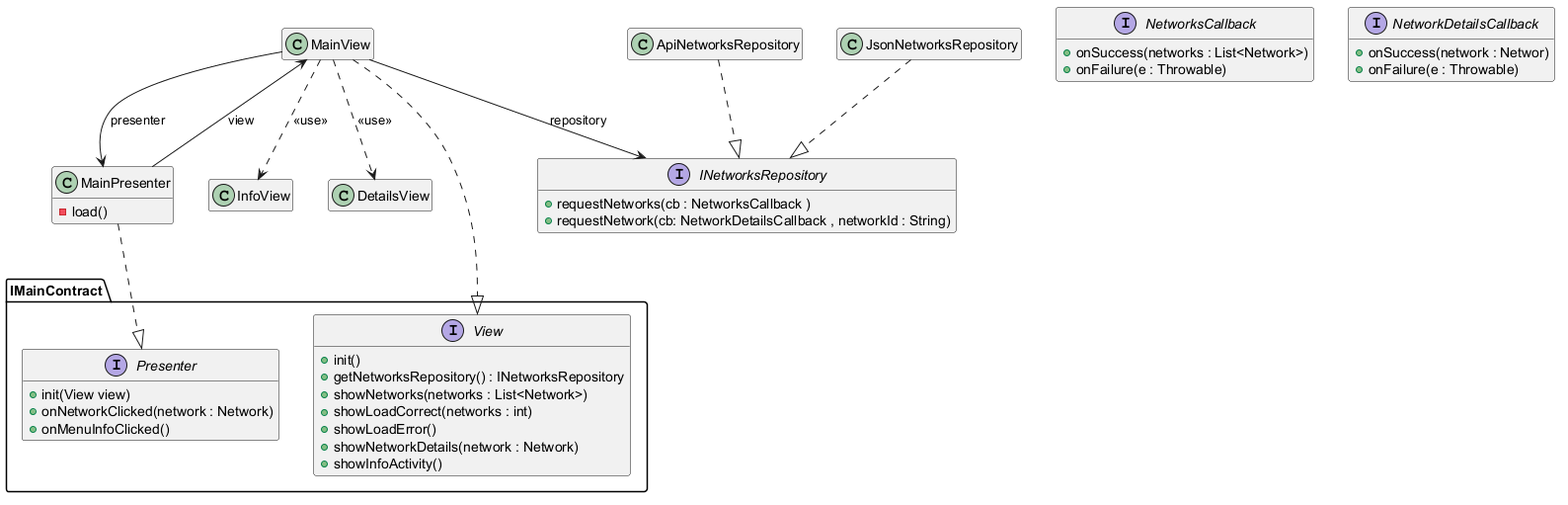
This is Docs/Models/architecture.png from isunican/App-Bicis-Grupo1, a PlantUML export, as it was before one commit.
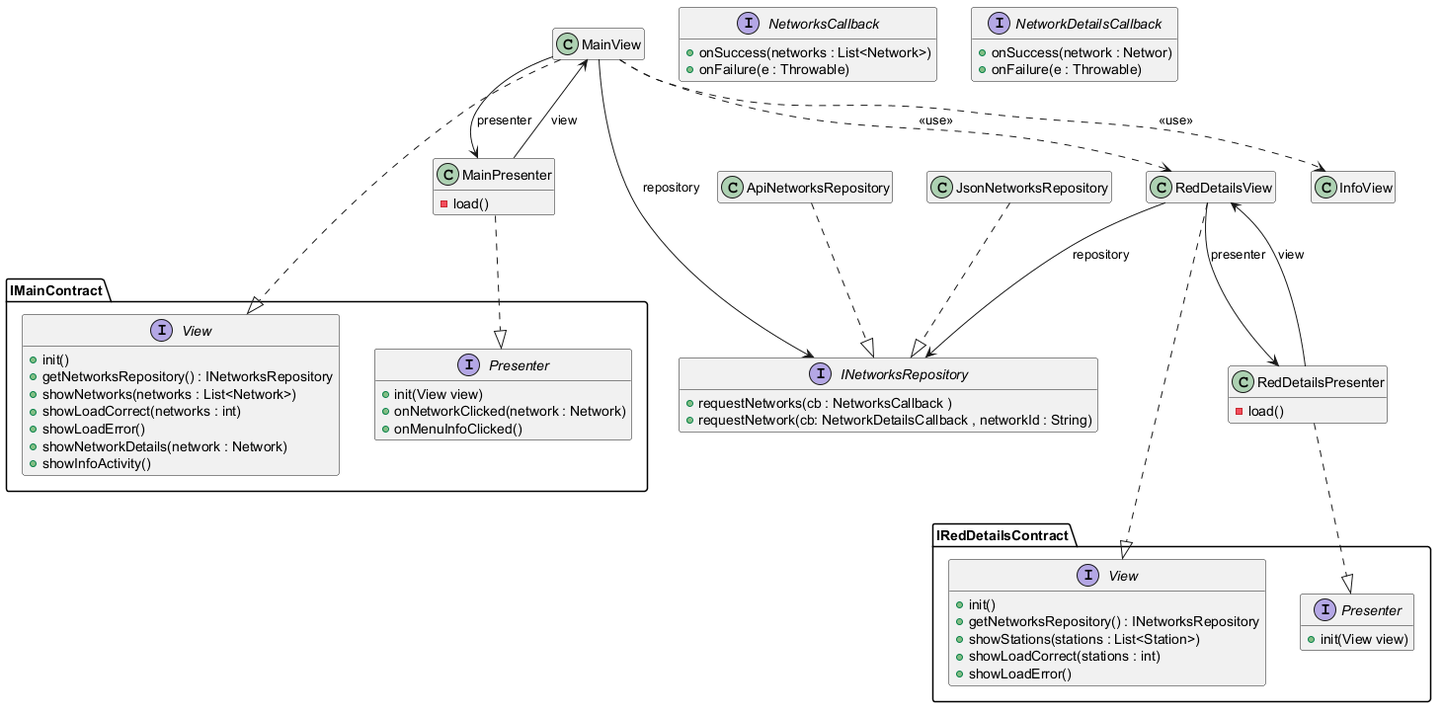
The same file after the commit.

The edit, as a diff of the source:
```diff
@@ -10,7 +10,13 @@
 MainView --> MainPresenter : presenter
 MainPresenter --> MainView : view
 MainView ..> InfoView : <<use>>
-MainView ..> DetailsView : <<use>>
+MainView ..> RedDetailsView : <<use>>
+
+RedDetailsView ..|> IRedDetailsContract.View
+RedDetailsPresenter ..|> IRedDetailsContract.Presenter
+RedDetailsView --> INetworksRepository : repository
+RedDetailsView --> RedDetailsPresenter : presenter
+RedDetailsPresenter --> RedDetailsView : view
 
 class MainView {
 }
@@ -20,7 +26,14 @@
 }
 
 class InfoView
-class DetailsView
+
+class RedDetailsView {
+
+}
+class RedDetailsPresenter {
+    -load()
+}
+
 class ApiNetworksRepository
 class JsonNetworksRepository
 
@@ -40,6 +53,18 @@
     + onMenuInfoClicked()
 }
 
+interface IRedDetailsContract.View {
+    + init()
+    + getNetworksRepository() : INetworksRepository
+    + showStations(stations : List<Station>)
+    + showLoadCorrect(stations : int)
+    + showLoadError()
+}
+
+interface IRedDetailsContract.Presenter {
+    + init(View view)
+}
+
 interface INetworksRepository {
     + requestNetworks(cb : NetworksCallback )
     + requestNetwork(cb: NetworkDetailsCallback , networkId : String)
```
